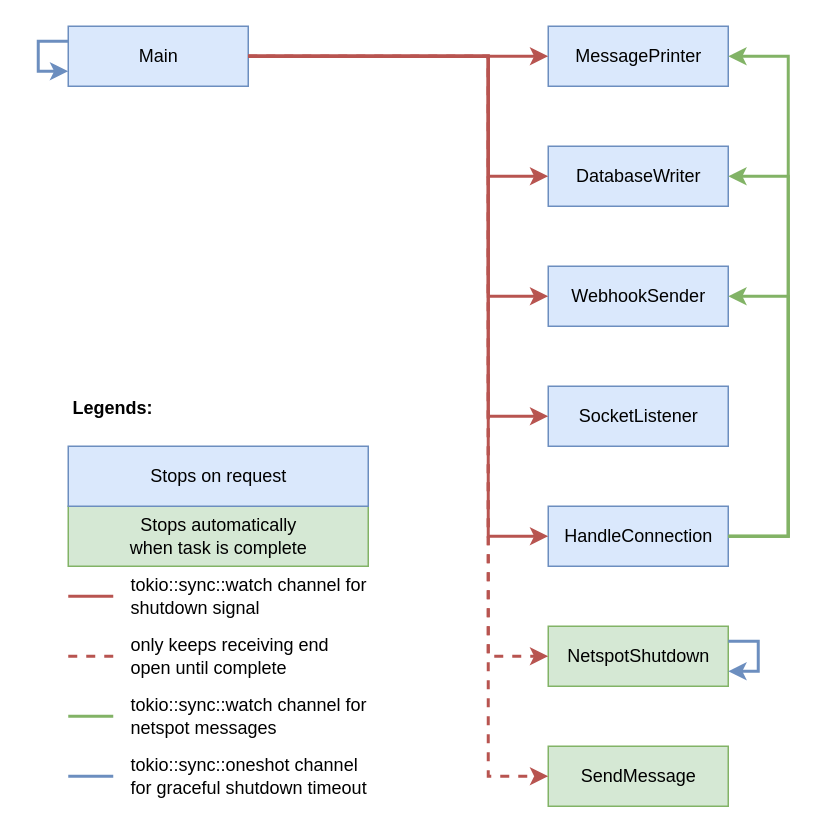
Before: page "Channels" (2 of 2) of docs/ThreadsAndChannels.drawio in sifis-home/wp4-edge_ids, a draw.io diagram. Source tidied: cells renumbered, new cells numbered last; positions are measured from the earlier drawing's top-left corner, leaving out a move shared by most shapes. Both pictures are drawn from the tidied source at 150%, with x=0, y=0 at pixel (38, 26).
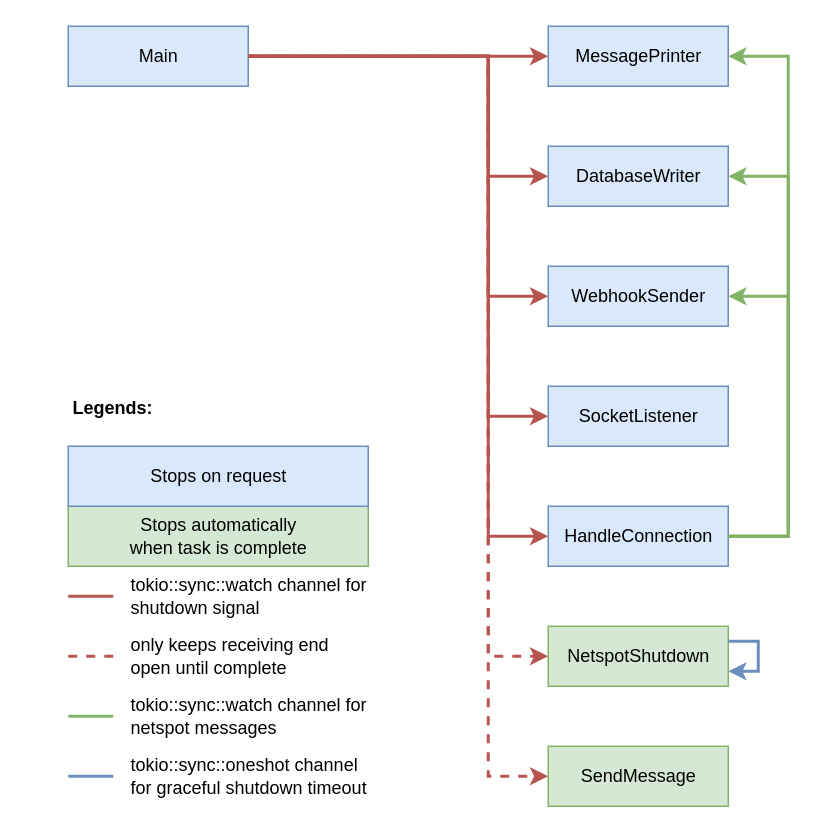
Above is the later version.

Unchanged cells that the change refers to:
```xml
<mxCell id="2" value="Main" style="html=1;fillColor=#dae8fc;strokeColor=#6c8ebf;" parent="1" vertex="1">
  <mxGeometry x="20" width="120" height="40" as="geometry" />
</mxCell>
```

Diff of the diagram source:
```diff
@@
-    <mxCell id="28" style="edgeStyle=orthogonalEdgeStyle;rounded=0;orthogonalLoop=1;jettySize=auto;html=1;strokeWidth=2;startArrow=none;startFill=0;endArrow=classic;endFill=1;fillColor=#dae8fc;strokeColor=#6c8ebf;entryX=0;entryY=0.75;entryDx=0;entryDy=0;exitX=0;exitY=0.25;exitDx=0;exitDy=0;" parent="1" edge="1" source="2" target="2">
-      <mxGeometry relative="1" as="geometry">
-        <Array as="points">
-          <mxPoint y="10" />
-          <mxPoint y="30" />
-        </Array>
-      </mxGeometry>
-    </mxCell>
```
